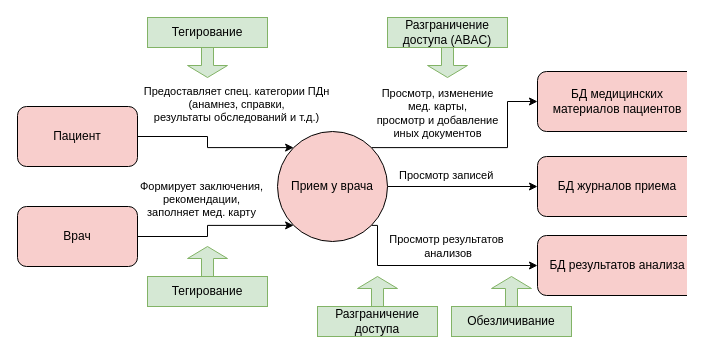
Above: Task1/df2.drawio in TAraya/architecture-medikamente (draw.io), before the change. Source tidied: cells renumbered, new cells numbered last; positions are measured from the earlier drawing's top-left corner, leaving out a move shared by most shapes. Both pictures are drawn from the tidied source at 100%, with x=0, y=0 at pixel (17, 17).
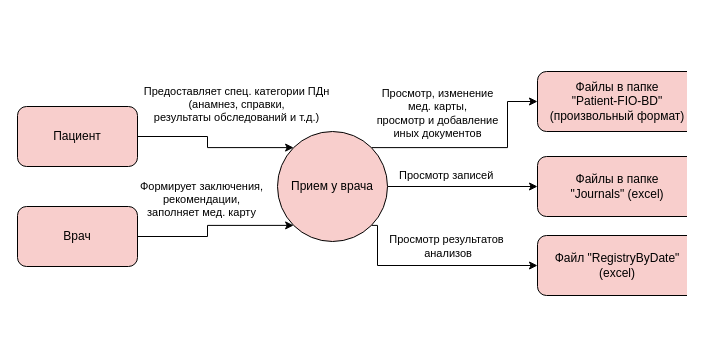
The same page after the edit.

The edit, as a diff of the source:
```diff
@@
-    <mxCell id="13" value="БД медицинских материалов пациентов" style="rounded=1;whiteSpace=wrap;html=1;fillColor=#f8cecc;strokeColor=#000000;" parent="1" vertex="1">
+    <mxCell id="13" value="Файлы в папке&lt;br&gt;&quot;Patient-FIO-BD&quot;&lt;br&gt;(произвольный формат)" style="rounded=1;whiteSpace=wrap;html=1;fillColor=#f8cecc;strokeColor=#000000;" parent="1" vertex="1">
       <mxGeometry x="520" y="54" width="160" height="60" as="geometry" />
     </mxCell>
@@
-    <mxCell id="17" value="БД журналов приема" style="rounded=1;whiteSpace=wrap;html=1;fillColor=#f8cecc;strokeColor=#000000;" parent="1" vertex="1">
+    <mxCell id="17" value="Файлы в папке&lt;br&gt;&quot;Journals&quot; (excel)" style="rounded=1;whiteSpace=wrap;html=1;fillColor=#f8cecc;strokeColor=#000000;" parent="1" vertex="1">
       <mxGeometry x="520" y="139" width="160" height="60" as="geometry" />
     </mxCell>
-    <mxCell id="18" value="БД результатов анализа" style="rounded=1;whiteSpace=wrap;html=1;fillColor=#f8cecc;strokeColor=#000000;" parent="1" vertex="1">
+    <mxCell id="18" value="Файл &quot;RegistryByDate&quot;&lt;br&gt;(excel)" style="rounded=1;whiteSpace=wrap;html=1;fillColor=#f8cecc;strokeColor=#000000;" parent="1" vertex="1">
       <mxGeometry x="520" y="218" width="160" height="60" as="geometry" />
     </mxCell>
@@
-    <mxCell id="21" style="shape=singleArrow;direction=north;whiteSpace=wrap;html=1;fillColor=#d5e8d4;strokeColor=#82b366;" parent="1" vertex="1">
-      <mxGeometry x="340" y="259" width="40" height="60" as="geometry" />
-    </mxCell>
-    <mxCell id="22" value="Разграничение доступа" style="rounded=0;whiteSpace=wrap;html=1;fillColor=#d5e8d4;strokeColor=#82b366;" parent="1" vertex="1">
-      <mxGeometry x="300" y="289" width="120" height="30" as="geometry" />
-    </mxCell>
-    <mxCell id="23" style="shape=singleArrow;direction=south;whiteSpace=wrap;html=1;fillColor=#d5e8d4;strokeColor=#82b366;" parent="1" vertex="1">
-      <mxGeometry x="410" width="40" height="60" as="geometry" />
-    </mxCell>
-    <mxCell id="24" value="Разграничение доступа (ABAC)" style="rounded=0;whiteSpace=wrap;html=1;fillColor=#d5e8d4;strokeColor=#82b366;" parent="1" vertex="1">
-      <mxGeometry x="370" width="120" height="30" as="geometry" />
-    </mxCell>
-    <mxCell id="25" style="shape=singleArrow;direction=north;whiteSpace=wrap;html=1;fillColor=#d5e8d4;strokeColor=#82b366;" parent="1" vertex="1">
-      <mxGeometry x="474" y="259" width="40" height="60" as="geometry" />
-    </mxCell>
-    <mxCell id="26" value="Обезличивание" style="rounded=0;whiteSpace=wrap;html=1;fillColor=#d5e8d4;strokeColor=#82b366;" parent="1" vertex="1">
-      <mxGeometry x="434" y="289" width="120" height="30" as="geometry" />
-    </mxCell>
-    <mxCell id="27" style="shape=singleArrow;direction=south;whiteSpace=wrap;html=1;fillColor=#d5e8d4;strokeColor=#82b366;" parent="1" vertex="1">
-      <mxGeometry x="170" width="40" height="60" as="geometry" />
-    </mxCell>
-    <mxCell id="28" value="Тегирование" style="rounded=0;whiteSpace=wrap;html=1;fillColor=#d5e8d4;strokeColor=#82b366;" parent="1" vertex="1">
-      <mxGeometry x="130" width="120" height="30" as="geometry" />
-    </mxCell>
-    <mxCell id="29" style="shape=singleArrow;direction=north;whiteSpace=wrap;html=1;fillColor=#d5e8d4;strokeColor=#82b366;" parent="1" vertex="1">
-      <mxGeometry x="170" y="229" width="40" height="60" as="geometry" />
-    </mxCell>
-    <mxCell id="30" value="Тегирование" style="rounded=0;whiteSpace=wrap;html=1;fillColor=#d5e8d4;strokeColor=#82b366;" parent="1" vertex="1">
-      <mxGeometry x="130" y="259" width="120" height="30" as="geometry" />
-    </mxCell>
```
